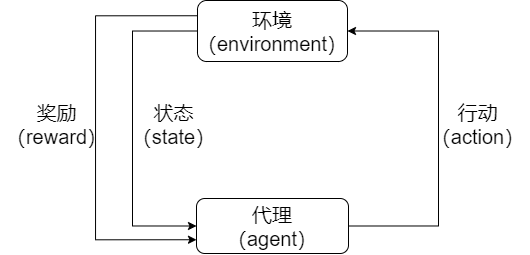
Above: rl.drawio.png in lakomi/pictures (draw.io), before the change. Source tidied: cells renumbered, new cells last; positions are measured from the earlier drawing's top-left corner, leaving out a move shared by most shapes.
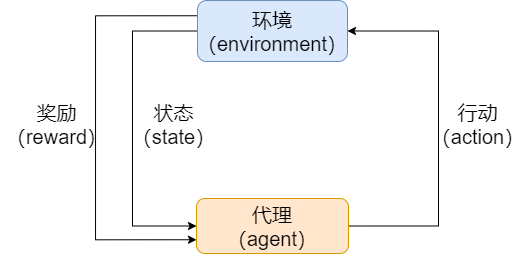
After the change.

Diff of the diagram source:
```diff
@@ -2,7 +2,7 @@
   <root>
     <mxCell id="0" />
     <mxCell id="1" parent="0" />
-    <mxCell id="2" style="edgeStyle=orthogonalEdgeStyle;rounded=0;jettySize=auto;html=1;exitX=0;exitY=0.5;exitDx=0;exitDy=0;entryX=0;entryY=0.5;entryDx=0;entryDy=0;fontSize=20;" parent="1" edge="1" source="4" target="6">
+    <mxCell id="2" style="edgeStyle=orthogonalEdgeStyle;rounded=0;jettySize=auto;html=1;exitX=0;exitY=0.5;exitDx=0;exitDy=0;entryX=0;entryY=0.5;entryDx=0;entryDy=0;fontSize=20;strokeColor=#000000;" parent="1" edge="1" source="4" target="6">
       <mxGeometry relative="1" as="geometry">
         <Array as="points">
           <mxPoint x="132" y="31" />
@@ -10,7 +10,7 @@
         </Array>
       </mxGeometry>
     </mxCell>
-    <mxCell id="3" style="edgeStyle=orthogonalEdgeStyle;rounded=0;jettySize=auto;html=1;exitX=0;exitY=0.25;exitDx=0;exitDy=0;entryX=0;entryY=0.75;entryDx=0;entryDy=0;fontSize=20;" parent="1" edge="1" source="4" target="6">
+    <mxCell id="3" style="edgeStyle=orthogonalEdgeStyle;rounded=0;jettySize=auto;html=1;exitX=0;exitY=0.25;exitDx=0;exitDy=0;entryX=0;entryY=0.75;entryDx=0;entryDy=0;fontSize=20;strokeColor=#000000;" parent="1" edge="1" source="4" target="6">
       <mxGeometry relative="1" as="geometry">
         <Array as="points">
           <mxPoint x="95" y="15" />
@@ -18,10 +18,10 @@
         </Array>
       </mxGeometry>
     </mxCell>
-    <mxCell id="4" value="环境（environment）" style="rounded=1;whiteSpace=wrap;html=1;fontSize=20;" parent="1" vertex="1">
+    <mxCell id="4" value="环境（environment）" style="rounded=1;whiteSpace=wrap;html=1;fontSize=20;fillColor=#dae8fc;strokeColor=#6c8ebf;" parent="1" vertex="1">
       <mxGeometry x="197" width="150" height="61" as="geometry" />
     </mxCell>
-    <mxCell id="5" style="edgeStyle=orthogonalEdgeStyle;rounded=0;jettySize=auto;html=1;exitX=1;exitY=0.5;exitDx=0;exitDy=0;entryX=1;entryY=0.5;entryDx=0;entryDy=0;fontSize=20;" parent="1" edge="1" source="6" target="4">
+    <mxCell id="5" style="edgeStyle=orthogonalEdgeStyle;rounded=0;jettySize=auto;html=1;exitX=1;exitY=0.5;exitDx=0;exitDy=0;entryX=1;entryY=0.5;entryDx=0;entryDy=0;fontSize=20;strokeColor=#000000;" parent="1" edge="1" source="6" target="4">
       <mxGeometry relative="1" as="geometry">
         <Array as="points">
           <mxPoint x="438" y="225" />
@@ -29,7 +29,7 @@
         </Array>
       </mxGeometry>
     </mxCell>
-    <mxCell id="6" value="代理&lt;br&gt;（agent）" style="rounded=1;whiteSpace=wrap;html=1;fontSize=20;" parent="1" vertex="1">
+    <mxCell id="6" value="代理&lt;br&gt;（agent）" style="rounded=1;whiteSpace=wrap;html=1;fontSize=20;fillColor=#ffe6cc;strokeColor=#d79b00;" parent="1" vertex="1">
       <mxGeometry x="196" y="198" width="152" height="55" as="geometry" />
     </mxCell>
     <mxCell id="7" value="行动&lt;br&gt;（action）" style="text;html=1;align=center;verticalAlign=middle;strokeColor=none;fillColor=none;fontSize=20;" parent="1" vertex="1">
```
